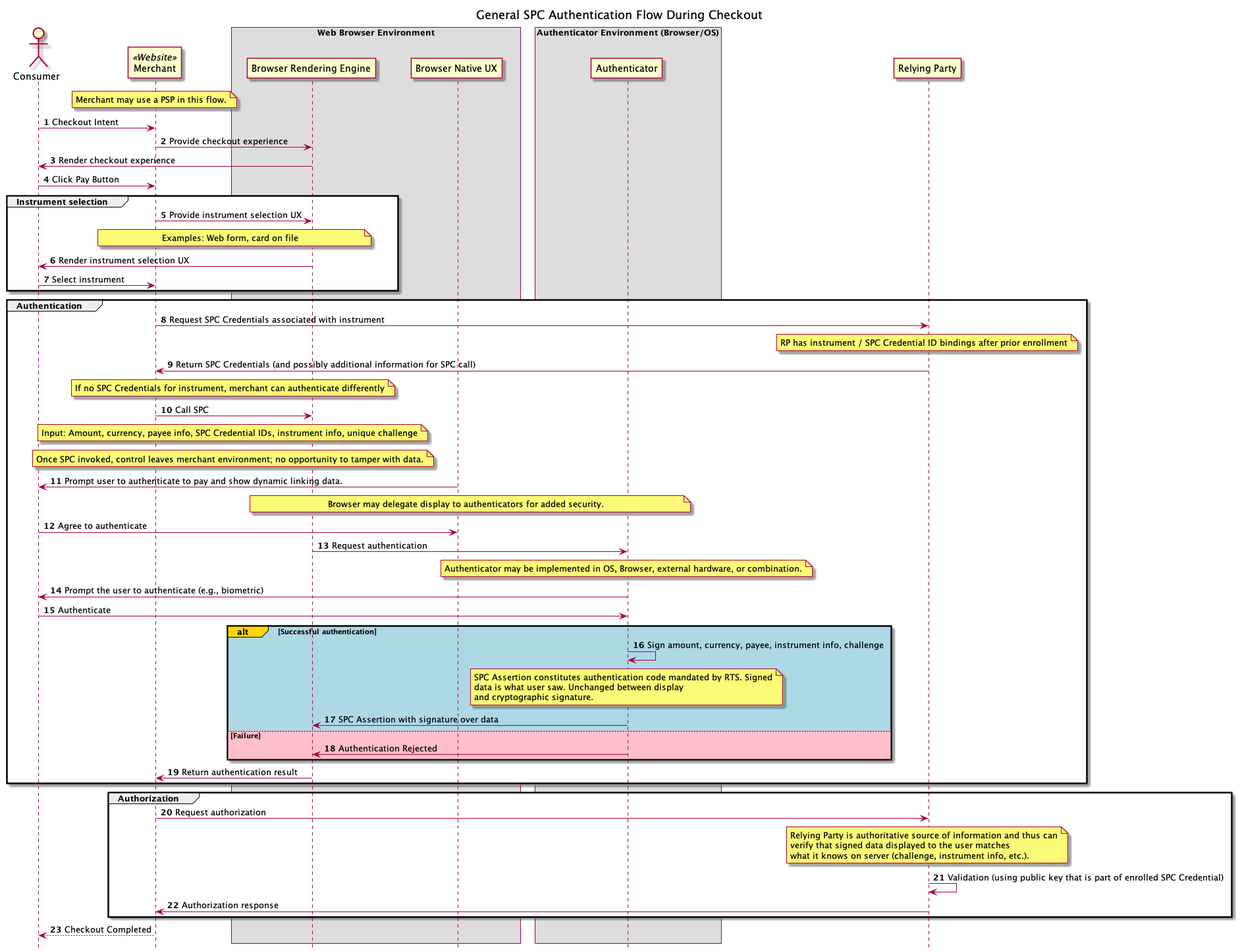
This is spc-general.png from w3c/wpsig, a PlantUML export, as it was before one commit.
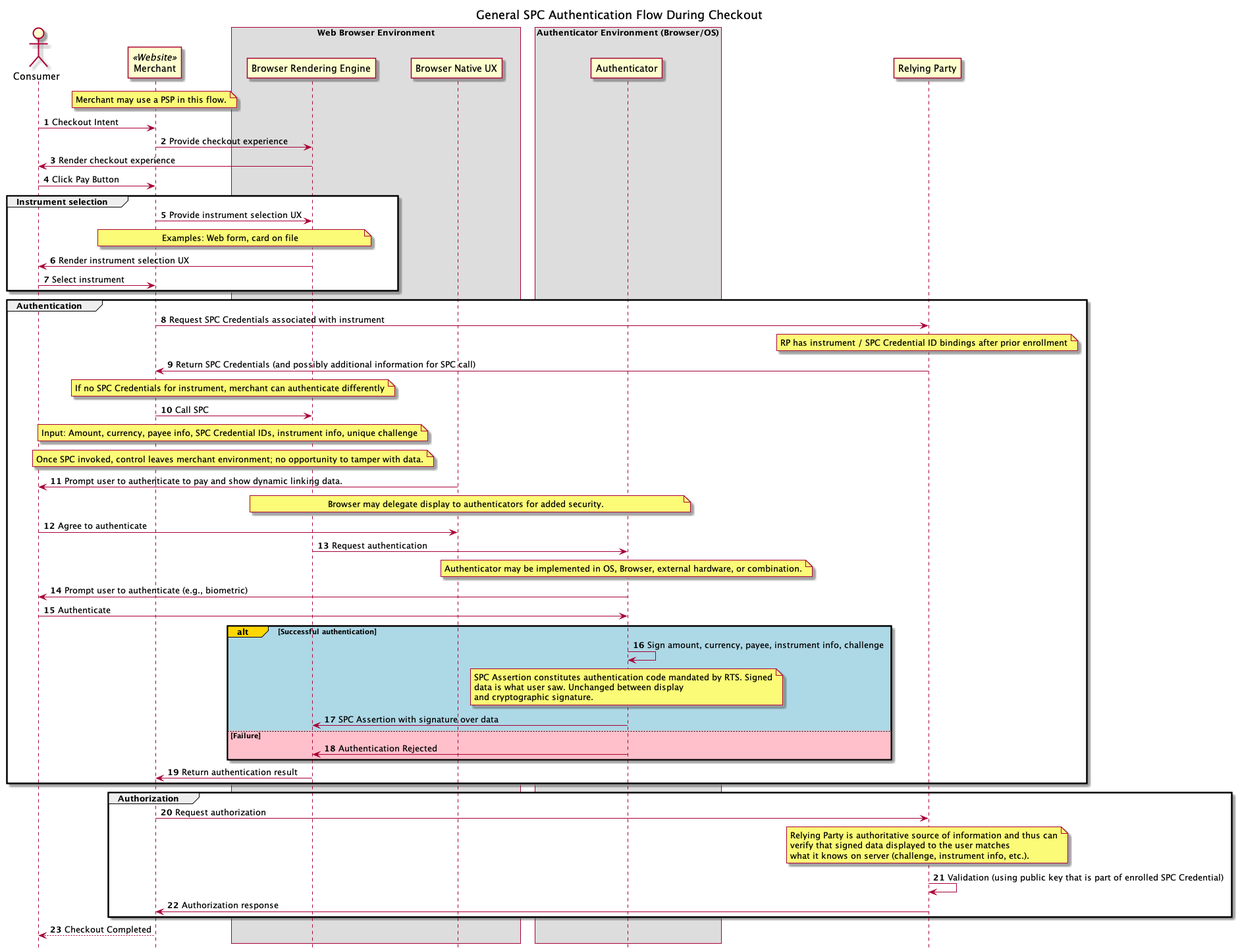
Above is the later version.

Diff of the diagram source:
```diff
@@ -61,7 +61,7 @@
 note over Authenticator
   Authenticator may be implemented in OS, Browser, external hardware, or combination.
 end note
-Authenticator->Consumer: Prompt the user to authenticate (e.g., biometric)
+Authenticator->Consumer: Prompt user to authenticate (e.g., biometric)
 Consumer->Authenticator: Authenticate
 alt#Gold #LightBlue Successful authentication
     Authenticator->Authenticator: Sign amount, currency, payee, instrument info, challenge
```
